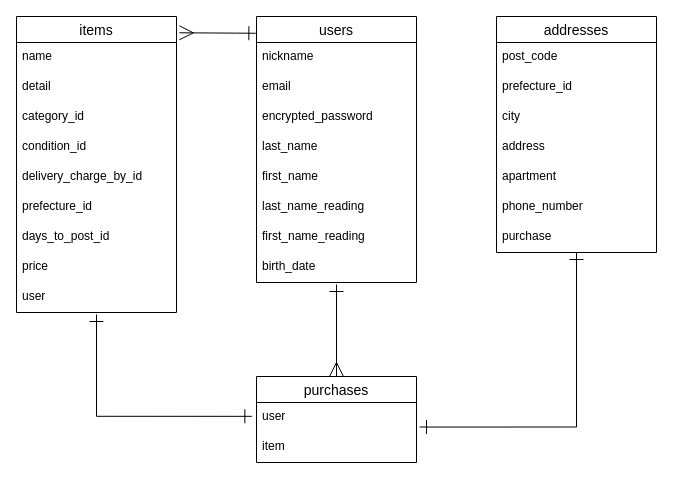
Above: er.dio in 38752/furima-38752 (draw.io), before the change. Source tidied: cells renumbered, new cells numbered last; positions are measured from the earlier drawing's top-left corner, leaving out a move shared by most shapes. Both pictures are drawn from the tidied source at 100%, with x=0, y=0 at pixel (16, 16).
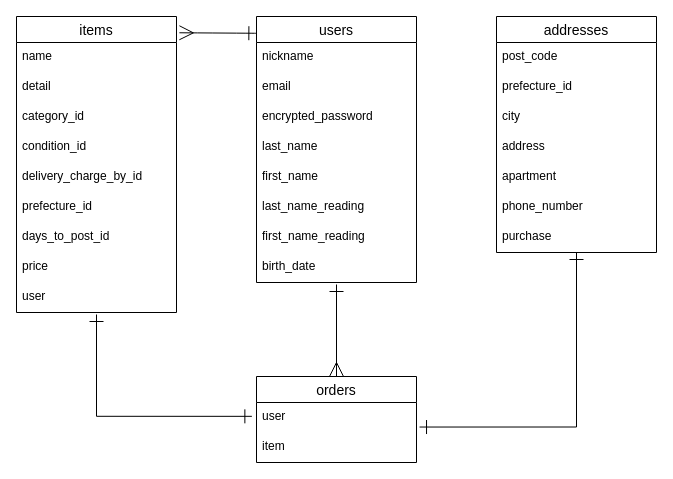
After the change.

The edit, as a diff of the source:
```diff
@@
-    <mxCell id="34" value="purchases" style="swimlane;fontStyle=0;horizontal=1;startSize=26;align=center;fontSize=14;" parent="1" vertex="1">
+    <mxCell id="34" value="orders" style="swimlane;fontStyle=0;horizontal=1;startSize=26;align=center;fontSize=14;" parent="1" vertex="1">
       <mxGeometry x="240" y="360" width="160" height="86" as="geometry" />
     </mxCell>
```
